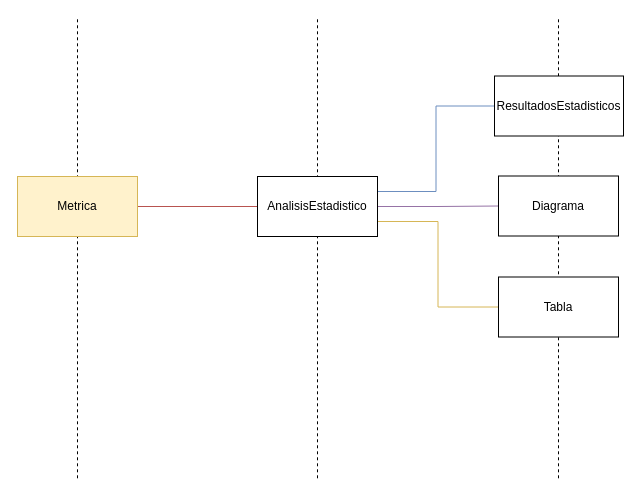
Earlier version of the draw.io diagram page "Event storming maping stats" (13 of 14) of CoTasker_BoundedContext.drawio (Migue1409-KP/DOO-working-group). Source tidied: cells renumbered, new cells numbered last; positions are measured from the earlier drawing's top-left corner, leaving out a move shared by most shapes. Both pictures are drawn from the tidied source at 100%, with x=0, y=0 at pixel (17, 17).
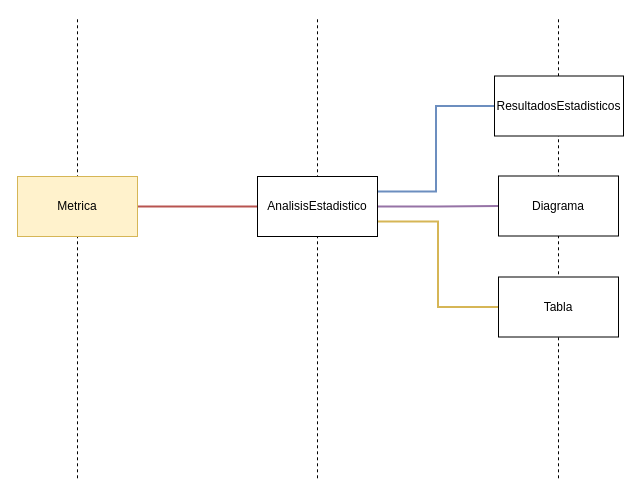
The same diagram, later.

Change to the diagram source:
```diff
@@
 <mxGraphModel>
   <root>
     <mxCell id="0" />
     <mxCell id="1" parent="0" />
     <mxCell id="2" style="endArrow=none;dashed=1;html=1;rounded=0;" parent="1" edge="1">
       <mxGeometry relative="1" as="geometry">
         <mxPoint x="541" y="460.8" as="sourcePoint" />
         <mxPoint x="541" as="targetPoint" />
       </mxGeometry>
     </mxCell>
     <mxCell id="3" style="endArrow=none;dashed=1;html=1;rounded=0;" parent="1" edge="1">
       <mxGeometry relative="1" as="geometry">
         <mxPoint x="300" y="460.8" as="sourcePoint" />
         <mxPoint x="300" as="targetPoint" />
       </mxGeometry>
     </mxCell>
     <mxCell id="4" style="endArrow=none;dashed=1;html=1;rounded=0;" parent="1" edge="1">
       <mxGeometry relative="1" as="geometry">
         <mxPoint x="60" y="460.8" as="sourcePoint" />
         <mxPoint x="60" as="targetPoint" />
       </mxGeometry>
     </mxCell>
-    <mxCell id="5" style="edgeStyle=orthogonalEdgeStyle;rounded=0;jettySize=auto;html=1;exitX=1;exitY=0.5;exitDx=0;exitDy=0;entryX=0;entryY=0.5;entryDx=0;entryDy=0;endArrow=none;endFill=0;fillColor=#f8cecc;strokeColor=#b85450;" parent="1" edge="1" source="6" target="10">
+    <mxCell id="5" style="edgeStyle=orthogonalEdgeStyle;rounded=0;jettySize=auto;html=1;exitX=1;exitY=0.5;exitDx=0;exitDy=0;entryX=0;entryY=0.5;entryDx=0;entryDy=0;endArrow=none;endFill=0;fillColor=#f8cecc;strokeColor=#b85450;strokeWidth=2;" parent="1" edge="1" source="6" target="10">
       <mxGeometry relative="1" as="geometry" />
     </mxCell>
     <mxCell id="6" value="Metrica" style="rounded=0;whiteSpace=wrap;html=1;fillColor=#fff2cc;strokeColor=#d6b656;" parent="1" vertex="1">
       <mxGeometry y="159" width="120" height="60" as="geometry" />
     </mxCell>
-    <mxCell id="7" style="edgeStyle=orthogonalEdgeStyle;rounded=0;jettySize=auto;html=1;exitX=1;exitY=0.25;exitDx=0;exitDy=0;entryX=0;entryY=0.5;entryDx=0;entryDy=0;endArrow=none;endFill=0;fillColor=#dae8fc;strokeColor=#6c8ebf;" parent="1" edge="1" source="10" target="13">
+    <mxCell id="7" style="edgeStyle=orthogonalEdgeStyle;rounded=0;jettySize=auto;html=1;exitX=1;exitY=0.25;exitDx=0;exitDy=0;entryX=0;entryY=0.5;entryDx=0;entryDy=0;endArrow=none;endFill=0;fillColor=#dae8fc;strokeColor=#6c8ebf;strokeWidth=2;" parent="1" edge="1" source="10" target="13">
       <mxGeometry relative="1" as="geometry" />
     </mxCell>
-    <mxCell id="8" style="edgeStyle=orthogonalEdgeStyle;rounded=0;jettySize=auto;html=1;exitX=1;exitY=0.5;exitDx=0;exitDy=0;entryX=0;entryY=0.5;entryDx=0;entryDy=0;endArrow=none;endFill=0;fillColor=#e1d5e7;strokeColor=#9673a6;" parent="1" edge="1" source="10" target="11">
+    <mxCell id="8" style="edgeStyle=orthogonalEdgeStyle;rounded=0;jettySize=auto;html=1;exitX=1;exitY=0.5;exitDx=0;exitDy=0;entryX=0;entryY=0.5;entryDx=0;entryDy=0;endArrow=none;endFill=0;fillColor=#e1d5e7;strokeColor=#9673a6;strokeWidth=2;" parent="1" edge="1" source="10" target="11">
       <mxGeometry relative="1" as="geometry" />
     </mxCell>
-    <mxCell id="9" style="edgeStyle=orthogonalEdgeStyle;rounded=0;jettySize=auto;html=1;exitX=1;exitY=0.75;exitDx=0;exitDy=0;entryX=0;entryY=0.5;entryDx=0;entryDy=0;fillColor=#fff2cc;strokeColor=#d6b656;endArrow=none;endFill=0;" parent="1" edge="1" source="10" target="12">
+    <mxCell id="9" style="edgeStyle=orthogonalEdgeStyle;rounded=0;jettySize=auto;html=1;exitX=1;exitY=0.75;exitDx=0;exitDy=0;entryX=0;entryY=0.5;entryDx=0;entryDy=0;fillColor=#fff2cc;strokeColor=#d6b656;endArrow=none;endFill=0;strokeWidth=2;" parent="1" edge="1" source="10" target="12">
       <mxGeometry relative="1" as="geometry" />
     </mxCell>
     <mxCell id="10" value="AnalisisEstadistico" style="rounded=0;whiteSpace=wrap;html=1;" parent="1" vertex="1">
       <mxGeometry x="240" y="159" width="120" height="60" as="geometry" />
     </mxCell>
     <mxCell id="11" value="Diagrama" style="rounded=0;whiteSpace=wrap;html=1;" parent="1" vertex="1">
       <mxGeometry x="481" y="158.5" width="120" height="60" as="geometry" />
     </mxCell>
     <mxCell id="12" value="Tabla" style="rounded=0;whiteSpace=wrap;html=1;" parent="1" vertex="1">
       <mxGeometry x="481" y="259.5" width="120" height="60" as="geometry" />
     </mxCell>
     <mxCell id="13" value="ResultadosEstadisticos" style="rounded=0;whiteSpace=wrap;html=1;" parent="1" vertex="1">
       <mxGeometry x="477" y="58.5" width="129" height="60" as="geometry" />
     </mxCell>
   </root>
 </mxGraphModel>
```
